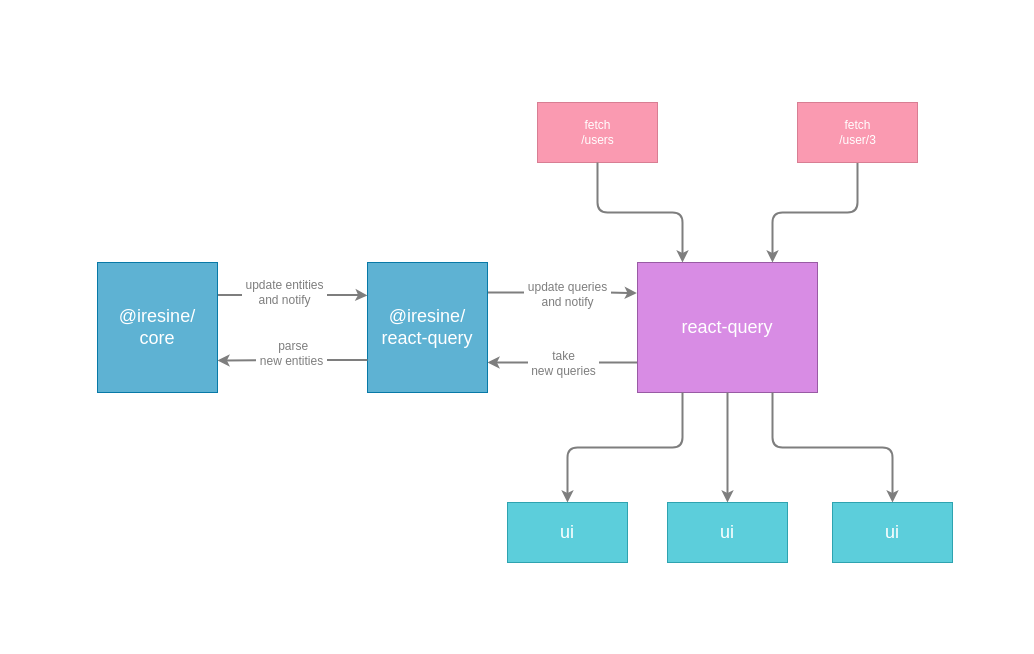
Earlier version of the draw.io diagram static/iresine-solve-problem.drawio (utftu/iresine). Source tidied: cells renumbered, new cells numbered last; positions are measured from the earlier drawing's top-left corner, leaving out a move shared by most shapes. Both pictures are drawn from the tidied source at 100%, with x=0, y=0 at pixel (97, 102).
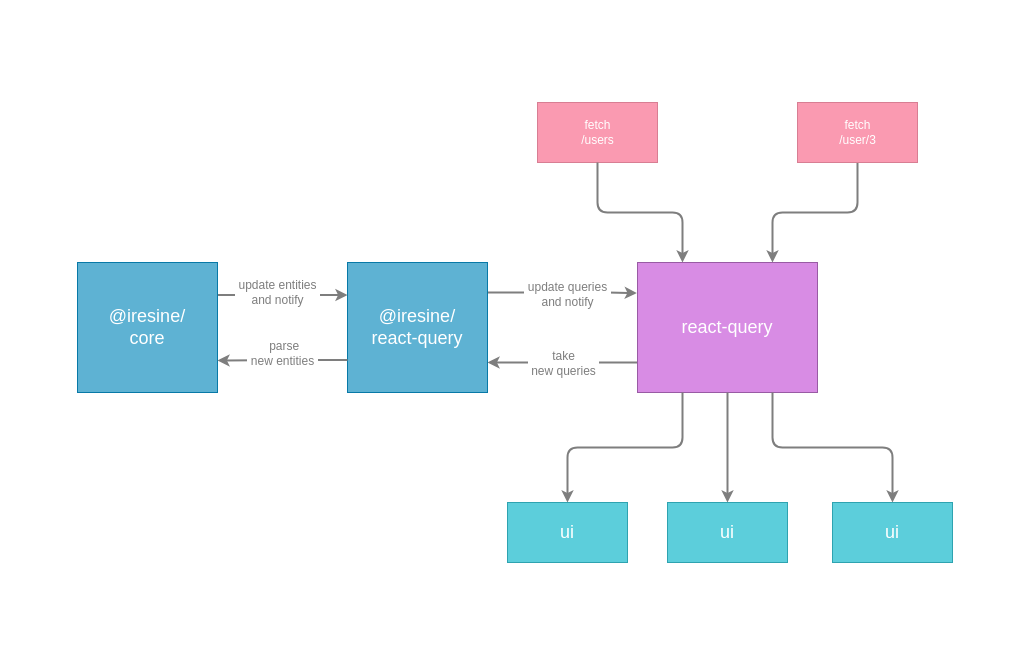
After the change.

Diff of the diagram source:
```diff
@@
+    <mxCell id="25" style="rounded=0;whiteSpace=wrap;html=1;strokeColor=none;fillColor=#FFFFFF;" parent="1" vertex="1">
+      <mxGeometry x="-80" y="-85" width="1000" height="620" as="geometry" />
+    </mxCell>
@@
     <mxCell id="15" value="&lt;font color=&quot;#ffffff&quot; style=&quot;font-size: 18px&quot;&gt;@iresine/&lt;br&gt;react-query&lt;br&gt;&lt;/font&gt;" style="rounded=0;whiteSpace=wrap;html=1;gradientColor=none;fillColor=#5eb2d3;strokeColor=#0879a7;" parent="1" vertex="1">
-      <mxGeometry x="270" y="160" width="120" height="130" as="geometry" />
+      <mxGeometry x="250" y="160" width="140" height="130" as="geometry" />
     </mxCell>
@@
-    <mxCell id="20" style="edgeStyle=orthogonalEdgeStyle;rounded=0;jettySize=auto;html=1;strokeWidth=2;strokeColor=#7E7E7E;exitX=1;exitY=0.25;exitDx=0;exitDy=0;" parent="1" edge="1" source="22">
-      <mxGeometry relative="1" as="geometry">
-        <mxPoint x="270" y="193" as="targetPoint" />
-        <Array as="points">
-          <mxPoint x="260" y="193" />
-        </Array>
-      </mxGeometry>
+    <mxCell id="20" style="edgeStyle=orthogonalEdgeStyle;rounded=0;jettySize=auto;html=1;strokeWidth=2;strokeColor=#7E7E7E;exitX=1;exitY=0.25;exitDx=0;exitDy=0;entryX=0;entryY=0.25;entryDx=0;entryDy=0;" parent="1" edge="1" source="22" target="15">
+      <mxGeometry relative="1" as="geometry" />
     </mxCell>
@@
     <mxCell id="22" value="&lt;font color=&quot;#ffffff&quot; style=&quot;font-size: 18px&quot;&gt;@iresine/&lt;br&gt;core&lt;/font&gt;" style="rounded=0;whiteSpace=wrap;html=1;gradientColor=none;strokeColor=#0879a7;fillColor=#5eb2d3;" parent="1" vertex="1">
-      <mxGeometry y="160" width="120" height="130" as="geometry" />
+      <mxGeometry x="-20" y="160" width="140" height="130" as="geometry" />
     </mxCell>
```
